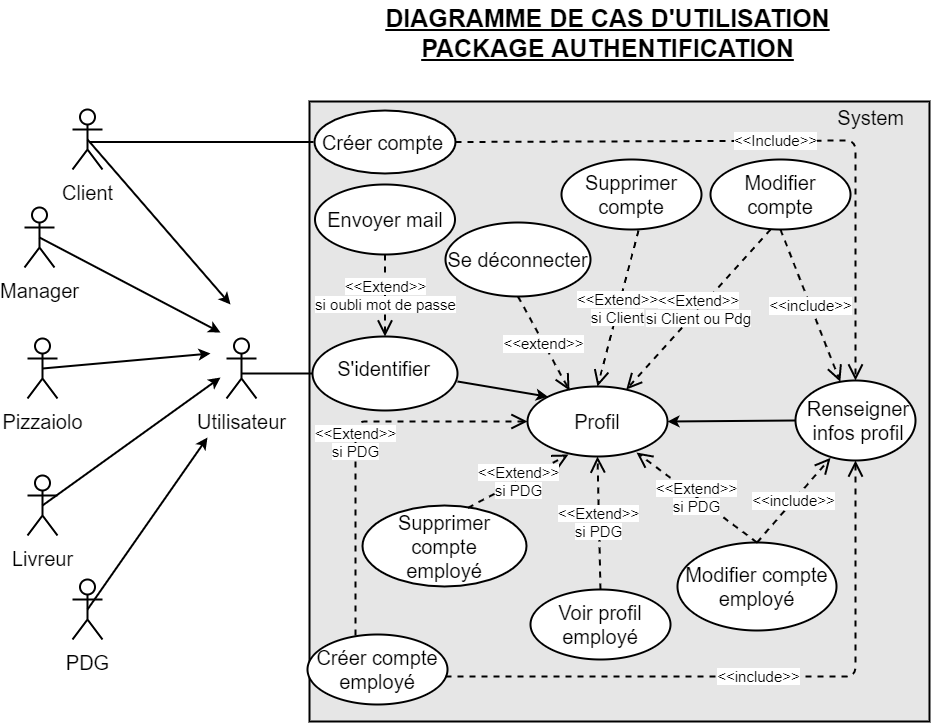
Before: diagrammes/diagramme de cas d'utilisation - authentification.png, a diagram exported from draw.io (Tony380/Projet4). Source tidied: cells renumbered, new cells last; positions are measured from the earlier drawing's top-left corner, leaving out a move shared by most shapes.
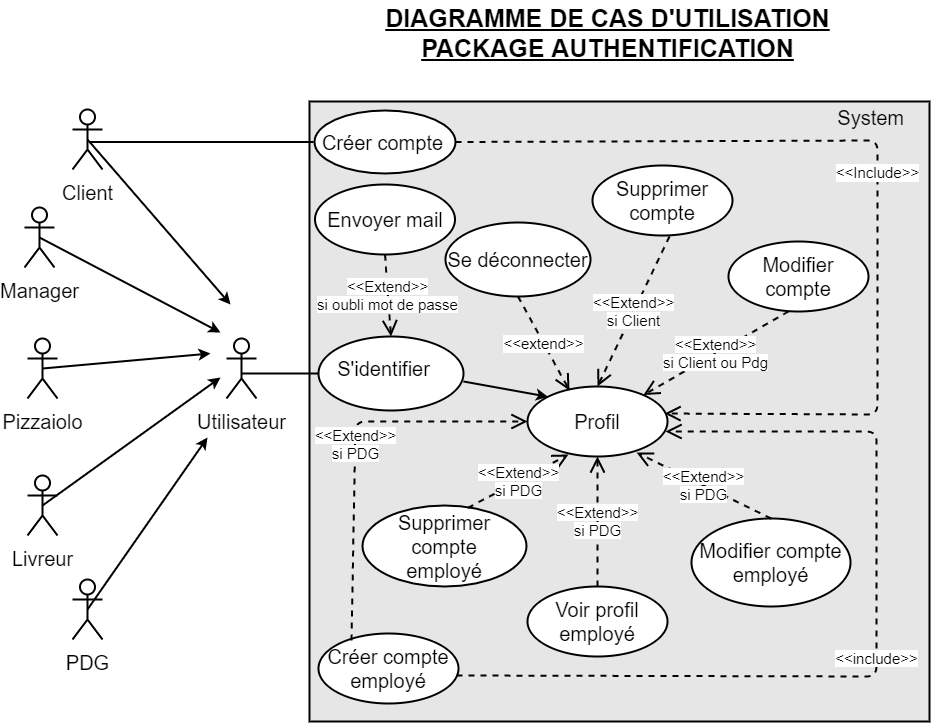
Above is the later version.

Commit message:
Correction solution technique

Diff of the diagram source:
```diff
@@ -58,48 +58,41 @@
       <mxGeometry x="294" y="137.5" width="129" height="8" as="geometry" />
     </mxCell>
     <mxCell id="17" style="ellipse;whiteSpace=wrap;html=1;labelBackgroundColor=none;strokeColor=#000000;strokeWidth=2;fillColor=#ffffff;fontSize=15;fontColor=#000000;align=right;" parent="1" vertex="1">
-      <mxGeometry x="288" y="336" width="145" height="74" as="geometry" />
+      <mxGeometry x="294" y="336" width="145" height="74" as="geometry" />
     </mxCell>
     <mxCell id="18" value="&lt;font style=&quot;font-size: 20px&quot;&gt;S'identifier&lt;/font&gt;" style="text;html=1;align=center;verticalAlign=middle;fontSize=15;fontColor=#000000;" parent="1" vertex="1">
       <mxGeometry x="307" y="356" width="103" height="24" as="geometry" />
     </mxCell>
-    <mxCell id="19" style="ellipse;whiteSpace=wrap;html=1;labelBackgroundColor=none;strokeColor=#000000;strokeWidth=2;fillColor=#ffffff;fontSize=15;fontColor=#000000;align=right;" parent="1" vertex="1">
-      <mxGeometry x="771" y="380" width="120" height="80" as="geometry" />
-    </mxCell>
-    <mxCell id="20" value="&lt;font style=&quot;font-size: 20px&quot;&gt;Renseigner&lt;br&gt;infos profil&lt;/font&gt;" style="text;html=1;strokeColor=none;fillColor=none;align=center;verticalAlign=middle;whiteSpace=wrap;rounded=0;labelBackgroundColor=none;fontSize=15;fontColor=#000000;" parent="1" vertex="1">
-      <mxGeometry x="814" y="410" width="40" height="20" as="geometry" />
-    </mxCell>
-    <mxCell id="21" value="&amp;lt;&amp;lt;Include&amp;gt;&amp;gt;" style="endArrow=open;endSize=12;dashed=1;html=1;strokeWidth=2;fontSize=15;fontColor=#000000;entryX=0.5;entryY=0;entryDx=0;entryDy=0;exitX=1;exitY=0.5;exitDx=0;exitDy=0;" parent="1" edge="1" source="15" target="19">
+    <mxCell id="21" value="&amp;lt;&amp;lt;Include&amp;gt;&amp;gt;" style="endArrow=open;endSize=12;dashed=1;html=1;strokeWidth=2;fontSize=15;fontColor=#000000;exitX=1;exitY=0.5;exitDx=0;exitDy=0;entryX=0.979;entryY=0.386;entryDx=0;entryDy=0;entryPerimeter=0;" parent="1" edge="1" source="15" target="24">
       <mxGeometry relative="1" as="geometry">
         <Array as="points">
-          <mxPoint x="831" y="140" />
+          <mxPoint x="853" y="140" />
+          <mxPoint x="853" y="414" />
         </Array>
       </mxGeometry>
     </mxCell>
     <mxCell id="22" value="&lt;font style=&quot;font-size: 20px&quot;&gt;Créer compte&lt;br&gt;employé&lt;/font&gt;" style="ellipse;whiteSpace=wrap;html=1;labelBackgroundColor=none;strokeColor=#000000;strokeWidth=2;fillColor=#ffffff;fontSize=15;fontColor=#000000;align=center;" parent="1" vertex="1">
-      <mxGeometry x="283" y="634" width="140" height="70" as="geometry" />
+      <mxGeometry x="294" y="633" width="140" height="70" as="geometry" />
     </mxCell>
-    <mxCell id="23" value="&lt;span style=&quot;background-color: rgb(255 , 255 , 255)&quot;&gt;&amp;lt;&amp;lt;include&amp;gt;&amp;gt;&lt;/span&gt;" style="endArrow=open;endSize=12;dashed=1;html=1;labelBackgroundColor=none;strokeWidth=2;fontSize=15;fontColor=#000000;entryX=0.5;entryY=1;entryDx=0;entryDy=0;exitX=0.986;exitY=0.6;exitDx=0;exitDy=0;exitPerimeter=0;" parent="1" edge="1" source="22" target="19">
+    <mxCell id="23" value="&lt;span style=&quot;background-color: rgb(255 , 255 , 255)&quot;&gt;&amp;lt;&amp;lt;include&amp;gt;&amp;gt;&lt;/span&gt;" style="endArrow=open;endSize=12;dashed=1;html=1;labelBackgroundColor=none;strokeWidth=2;fontSize=15;fontColor=#000000;entryX=0.986;entryY=0.643;entryDx=0;entryDy=0;exitX=0.986;exitY=0.6;exitDx=0;exitDy=0;exitPerimeter=0;entryPerimeter=0;" parent="1" edge="1" source="22" target="24">
       <mxGeometry relative="1" as="geometry">
         <Array as="points">
-          <mxPoint x="831" y="676" />
+          <mxPoint x="852" y="676" />
+          <mxPoint x="852" y="431" />
         </Array>
       </mxGeometry>
     </mxCell>
     <mxCell id="24" value="&lt;font style=&quot;font-size: 20px&quot;&gt;Profil&lt;/font&gt;" style="ellipse;whiteSpace=wrap;html=1;labelBackgroundColor=none;strokeColor=#000000;strokeWidth=2;fillColor=#ffffff;fontSize=15;fontColor=#000000;align=center;" parent="1" vertex="1">
       <mxGeometry x="503" y="386" width="140" height="70" as="geometry" />
     </mxCell>
-    <mxCell id="25" style="endArrow=classic;html=1;labelBackgroundColor=none;strokeWidth=2;fontSize=15;fontColor=#000000;exitX=0;exitY=0.5;exitDx=0;exitDy=0;entryX=1;entryY=0.5;entryDx=0;entryDy=0;" parent="1" edge="1" source="19" target="24">
-      <mxGeometry relative="1" as="geometry" />
-    </mxCell>
     <mxCell id="26" style="endArrow=classic;html=1;labelBackgroundColor=none;strokeWidth=2;fontSize=15;fontColor=#000000;exitX=1;exitY=0.608;exitDx=0;exitDy=0;exitPerimeter=0;entryX=0;entryY=0;entryDx=0;entryDy=0;" parent="1" edge="1" source="17" target="24">
       <mxGeometry relative="1" as="geometry" />
     </mxCell>
     <mxCell id="27" value="&lt;font style=&quot;font-size: 20px&quot;&gt;Supprimer compte&lt;/font&gt;" style="ellipse;whiteSpace=wrap;html=1;labelBackgroundColor=none;strokeColor=#000000;strokeWidth=2;fillColor=#ffffff;fontSize=15;fontColor=#000000;align=center;" parent="1" vertex="1">
-      <mxGeometry x="537" y="159" width="140" height="70" as="geometry" />
+      <mxGeometry x="568" y="165" width="140" height="70" as="geometry" />
     </mxCell>
     <mxCell id="28" value="&lt;font style=&quot;font-size: 20px&quot;&gt;Modifier compte&lt;/font&gt;" style="ellipse;whiteSpace=wrap;html=1;labelBackgroundColor=none;strokeColor=#000000;strokeWidth=2;fillColor=#ffffff;fontSize=15;fontColor=#000000;align=center;" parent="1" vertex="1">
-      <mxGeometry x="686" y="159" width="140" height="70" as="geometry" />
+      <mxGeometry x="704" y="241" width="140" height="70" as="geometry" />
     </mxCell>
     <mxCell id="29" value="&lt;span style=&quot;background-color: rgb(255 , 255 , 255)&quot;&gt;&amp;lt;&amp;lt;Extend&amp;gt;&amp;gt;&lt;br&gt;si Client&lt;br&gt;&lt;/span&gt;" style="endArrow=open;endSize=12;dashed=1;html=1;labelBackgroundColor=none;strokeWidth=2;fontSize=15;fontColor=#000000;exitX=0.55;exitY=1.014;exitDx=0;exitDy=0;exitPerimeter=0;entryX=0.5;entryY=0;entryDx=0;entryDy=0;" parent="1" edge="1" source="27" target="24">
       <mxGeometry relative="1" as="geometry" />
@@ -107,7 +100,7 @@
     <mxCell id="30" value="&lt;span style=&quot;background-color: rgb(255 , 255 , 255)&quot;&gt;&amp;lt;&amp;lt;Extend&amp;gt;&amp;gt;&lt;br&gt;si Client ou Pdg&lt;/span&gt;" style="endArrow=open;endSize=12;dashed=1;html=1;labelBackgroundColor=none;strokeWidth=2;fontSize=15;fontColor=#000000;exitX=0.429;exitY=1;exitDx=0;exitDy=0;exitPerimeter=0;" parent="1" edge="1" source="28" target="24">
       <mxGeometry relative="1" as="geometry" />
     </mxCell>
-    <mxCell id="31" value="&lt;span style=&quot;background-color: rgb(255 , 255 , 255)&quot;&gt;&amp;lt;&amp;lt;Extend&amp;gt;&amp;gt;&lt;br&gt;si PDG&lt;/span&gt;" style="endArrow=open;endSize=12;dashed=1;html=1;labelBackgroundColor=none;strokeWidth=2;fontSize=15;fontColor=#000000;exitX=0.343;exitY=0.014;exitDx=0;exitDy=0;exitPerimeter=0;entryX=0;entryY=0.5;entryDx=0;entryDy=0;" parent="1" edge="1" source="22" target="24">
+    <mxCell id="31" value="&lt;span style=&quot;background-color: rgb(255 , 255 , 255)&quot;&gt;&amp;lt;&amp;lt;Extend&amp;gt;&amp;gt;&lt;br&gt;si PDG&lt;/span&gt;" style="endArrow=open;endSize=12;dashed=1;html=1;labelBackgroundColor=none;strokeWidth=2;fontSize=15;fontColor=#000000;exitX=0.236;exitY=0.1;exitDx=0;exitDy=0;exitPerimeter=0;entryX=0;entryY=0.5;entryDx=0;entryDy=0;" parent="1" edge="1" source="22" target="24">
       <mxGeometry relative="1" as="geometry">
         <Array as="points">
           <mxPoint x="331" y="421" />
@@ -118,7 +111,7 @@
       <mxGeometry x="338" y="505" width="164" height="81" as="geometry" />
     </mxCell>
     <mxCell id="33" value="&lt;font style=&quot;font-size: 20px&quot;&gt;Modifier compte&lt;br&gt;employé&lt;/font&gt;" style="ellipse;whiteSpace=wrap;html=1;labelBackgroundColor=none;strokeColor=#000000;strokeWidth=2;fillColor=#ffffff;fontSize=15;fontColor=#000000;align=center;" parent="1" vertex="1">
-      <mxGeometry x="653" y="542" width="159" height="88" as="geometry" />
+      <mxGeometry x="667" y="518" width="159" height="88" as="geometry" />
     </mxCell>
     <mxCell id="34" value="&lt;span style=&quot;background-color: rgb(255 , 255 , 255)&quot;&gt;&amp;lt;&amp;lt;Extend&amp;gt;&amp;gt;&lt;br&gt;si PDG&lt;/span&gt;" style="endArrow=open;endSize=12;dashed=1;html=1;labelBackgroundColor=none;strokeWidth=2;fontSize=15;fontColor=#000000;entryX=0.293;entryY=0.971;entryDx=0;entryDy=0;exitX=0.643;exitY=0.029;exitDx=0;exitDy=0;exitPerimeter=0;entryPerimeter=0;" parent="1" edge="1" source="32" target="24">
       <mxGeometry relative="1" as="geometry" />
@@ -133,23 +126,17 @@
       <mxGeometry relative="1" as="geometry" />
     </mxCell>
     <mxCell id="38" style="line;strokeWidth=2;fillColor=none;align=left;verticalAlign=middle;spacingTop=-1;spacingLeft=3;spacingRight=3;labelPosition=right;labelBackgroundColor=none;fontSize=15;fontColor=#000000;" parent="1" vertex="1">
-      <mxGeometry x="217" y="369" width="71" height="8" as="geometry" />
+      <mxGeometry x="217" y="369" width="77" height="8" as="geometry" />
     </mxCell>
     <mxCell id="39" style="line;strokeWidth=2;fillColor=none;align=left;verticalAlign=middle;spacingTop=-1;spacingLeft=3;spacingRight=3;labelPosition=right;labelBackgroundColor=none;fontSize=15;fontColor=#000000;" parent="1" vertex="1">
       <mxGeometry x="65" y="141" width="224" height="1" as="geometry" />
     </mxCell>
     <mxCell id="40" value="&lt;font style=&quot;font-size: 20px&quot;&gt;Voir profil&lt;br&gt;employé&lt;/font&gt;" style="ellipse;whiteSpace=wrap;html=1;labelBackgroundColor=none;strokeColor=#000000;strokeWidth=2;fillColor=#ffffff;fontSize=15;fontColor=#000000;align=center;" parent="1" vertex="1">
-      <mxGeometry x="506" y="589" width="140" height="70" as="geometry" />
+      <mxGeometry x="503" y="586" width="140" height="70" as="geometry" />
     </mxCell>
     <mxCell id="41" value="&lt;span style=&quot;background-color: rgb(255 , 255 , 255)&quot;&gt;&amp;lt;&amp;lt;Extend&amp;gt;&amp;gt;&lt;br&gt;si PDG&lt;/span&gt;" style="endArrow=open;endSize=12;dashed=1;html=1;labelBackgroundColor=none;strokeWidth=2;fontSize=15;fontColor=#000000;exitX=0.5;exitY=0;exitDx=0;exitDy=0;entryX=0.5;entryY=1;entryDx=0;entryDy=0;" parent="1" edge="1" source="40" target="24">
       <mxGeometry relative="1" as="geometry" />
     </mxCell>
-    <mxCell id="42" value="&lt;font style=&quot;font-size: 15px&quot;&gt;&amp;lt;&amp;lt;include&amp;gt;&amp;gt;&lt;/font&gt;" style="endArrow=open;endSize=12;dashed=1;html=1;exitX=0.5;exitY=1;exitDx=0;exitDy=0;strokeWidth=2;" parent="1" edge="1" source="28" target="19">
-      <mxGeometry relative="1" as="geometry" />
-    </mxCell>
-    <mxCell id="43" value="&lt;font style=&quot;font-size: 15px&quot;&gt;&amp;lt;&amp;lt;include&amp;gt;&amp;gt;&lt;/font&gt;" style="endArrow=open;endSize=12;dashed=1;html=1;exitX=0.5;exitY=0;exitDx=0;exitDy=0;entryX=0.292;entryY=0.967;entryDx=0;entryDy=0;strokeWidth=2;entryPerimeter=0;" parent="1" edge="1" source="33" target="19">
-      <mxGeometry relative="1" as="geometry" />
-    </mxCell>
     <mxCell id="44" value="&lt;font style=&quot;font-size: 20px&quot;&gt;Se déconnecter&lt;/font&gt;" style="ellipse;whiteSpace=wrap;html=1;strokeWidth=2;" parent="1" vertex="1">
       <mxGeometry x="421" y="222" width="145" height="74" as="geometry" />
     </mxCell>
```
